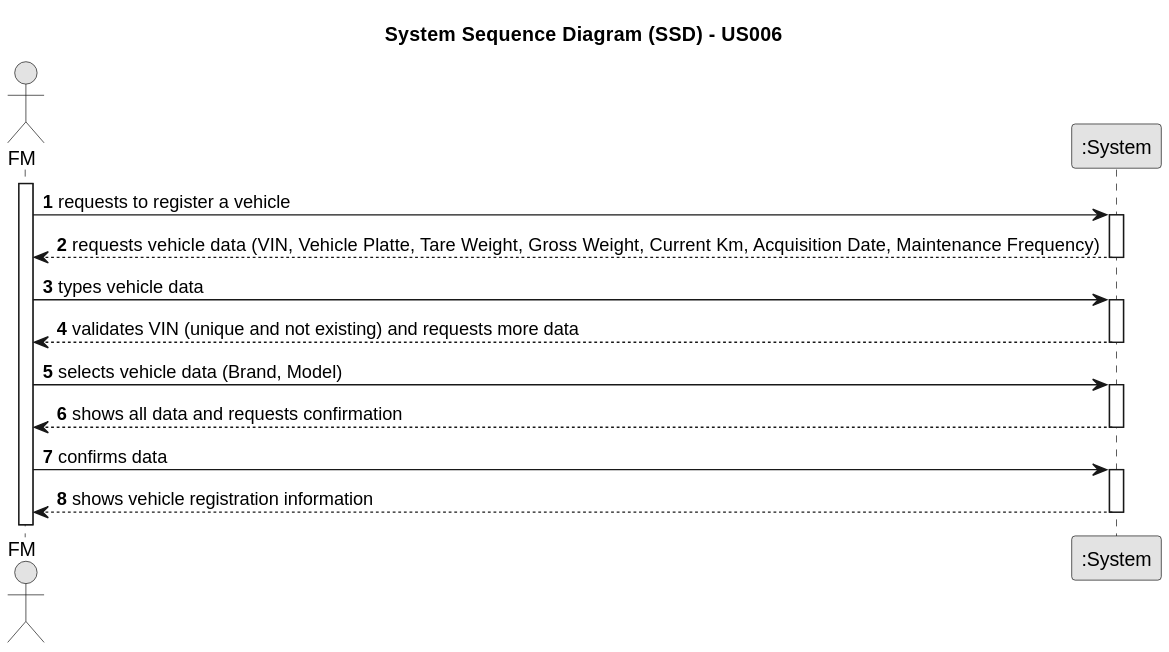
Before: docs/sprintA/us006/01.requirements-engineering/svg/us006-system-sequence-diagram-alternative-one.svg, a diagram exported from PlantUML (ricardomm7/leaflink). The source it was exported from:
```plantuml
@startuml
skinparam monochrome true
skinparam packageStyle rectangle
skinparam shadowing false

title System Sequence Diagram (SSD) - US006

autonumber

actor "FM" as FM
participant ":System" as System

activate FM

    FM -> System : requests to register a vehicle
    activate System

        System --> FM : requests vehicle data (VIN, Vehicle Platte, Tare Weight, Gross Weight, Current Km, Acquisition Date, Maintenance Frequency)
    deactivate System

    FM -> System : types vehicle data
    activate System

        System --> FM : validates VIN (unique and not existing) and requests more data
    deactivate System

    FM -> System : selects vehicle data (Brand, Model)
        activate System

        System --> FM : shows all data and requests confirmation
    deactivate System

    FM -> System : confirms data
    activate System

        System --> FM :  shows vehicle registration information
    deactivate System
@enduml
```
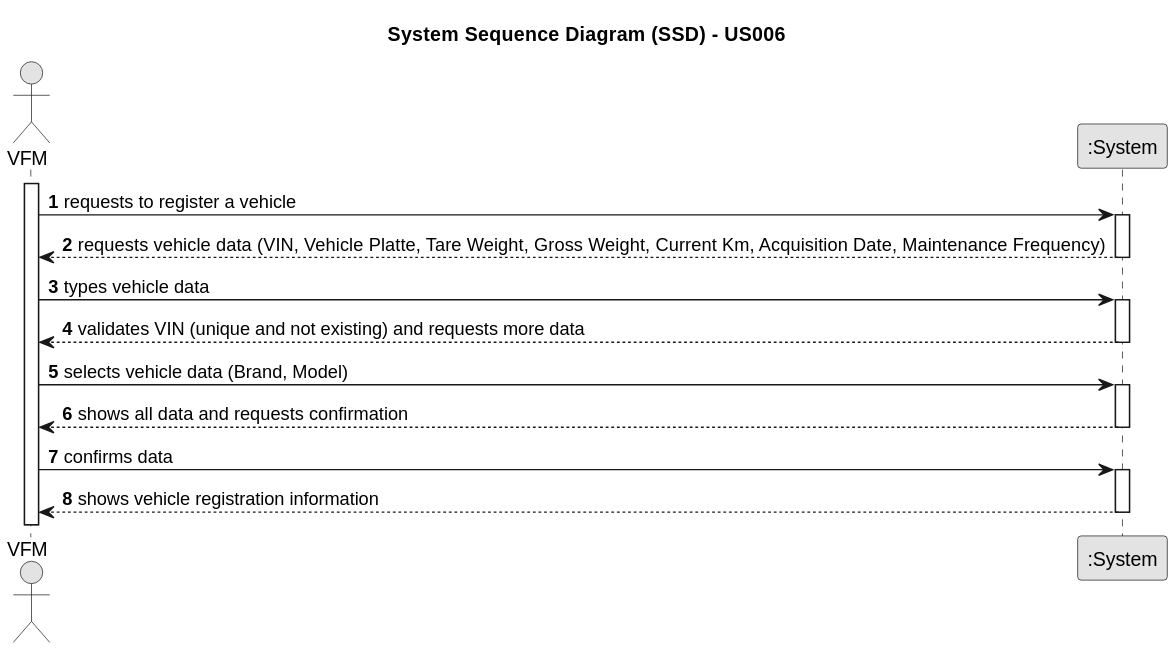
After the commit.

The edit, as a diff of the source:
```diff
@@ -7,32 +7,32 @@
 
 autonumber
 
-actor "FM" as FM
+actor "VFM" as VFM
 participant ":System" as System
 
-activate FM
+activate VFM
 
-    FM -> System : requests to register a vehicle
+    VFM -> System : requests to register a vehicle
     activate System
 
-        System --> FM : requests vehicle data (VIN, Vehicle Platte, Tare Weight, Gross Weight, Current Km, Acquisition Date, Maintenance Frequency)
+        System --> VFM : requests vehicle data (VIN, Vehicle Platte, Tare Weight, Gross Weight, Current Km, Acquisition Date, Maintenance Frequency)
     deactivate System
 
-    FM -> System : types vehicle data
+    VFM -> System : types vehicle data
     activate System
 
-        System --> FM : validates VIN (unique and not existing) and requests more data
+        System --> VFM : validates VIN (unique and not existing) and requests more data
     deactivate System
 
-    FM -> System : selects vehicle data (Brand, Model)
+    VFM -> System : selects vehicle data (Brand, Model)
         activate System
 
-        System --> FM : shows all data and requests confirmation
+        System --> VFM : shows all data and requests confirmation
     deactivate System
 
-    FM -> System : confirms data
+    VFM -> System : confirms data
     activate System
 
-        System --> FM :  shows vehicle registration information
+        System --> VFM :  shows vehicle registration information
     deactivate System
 @enduml
```
